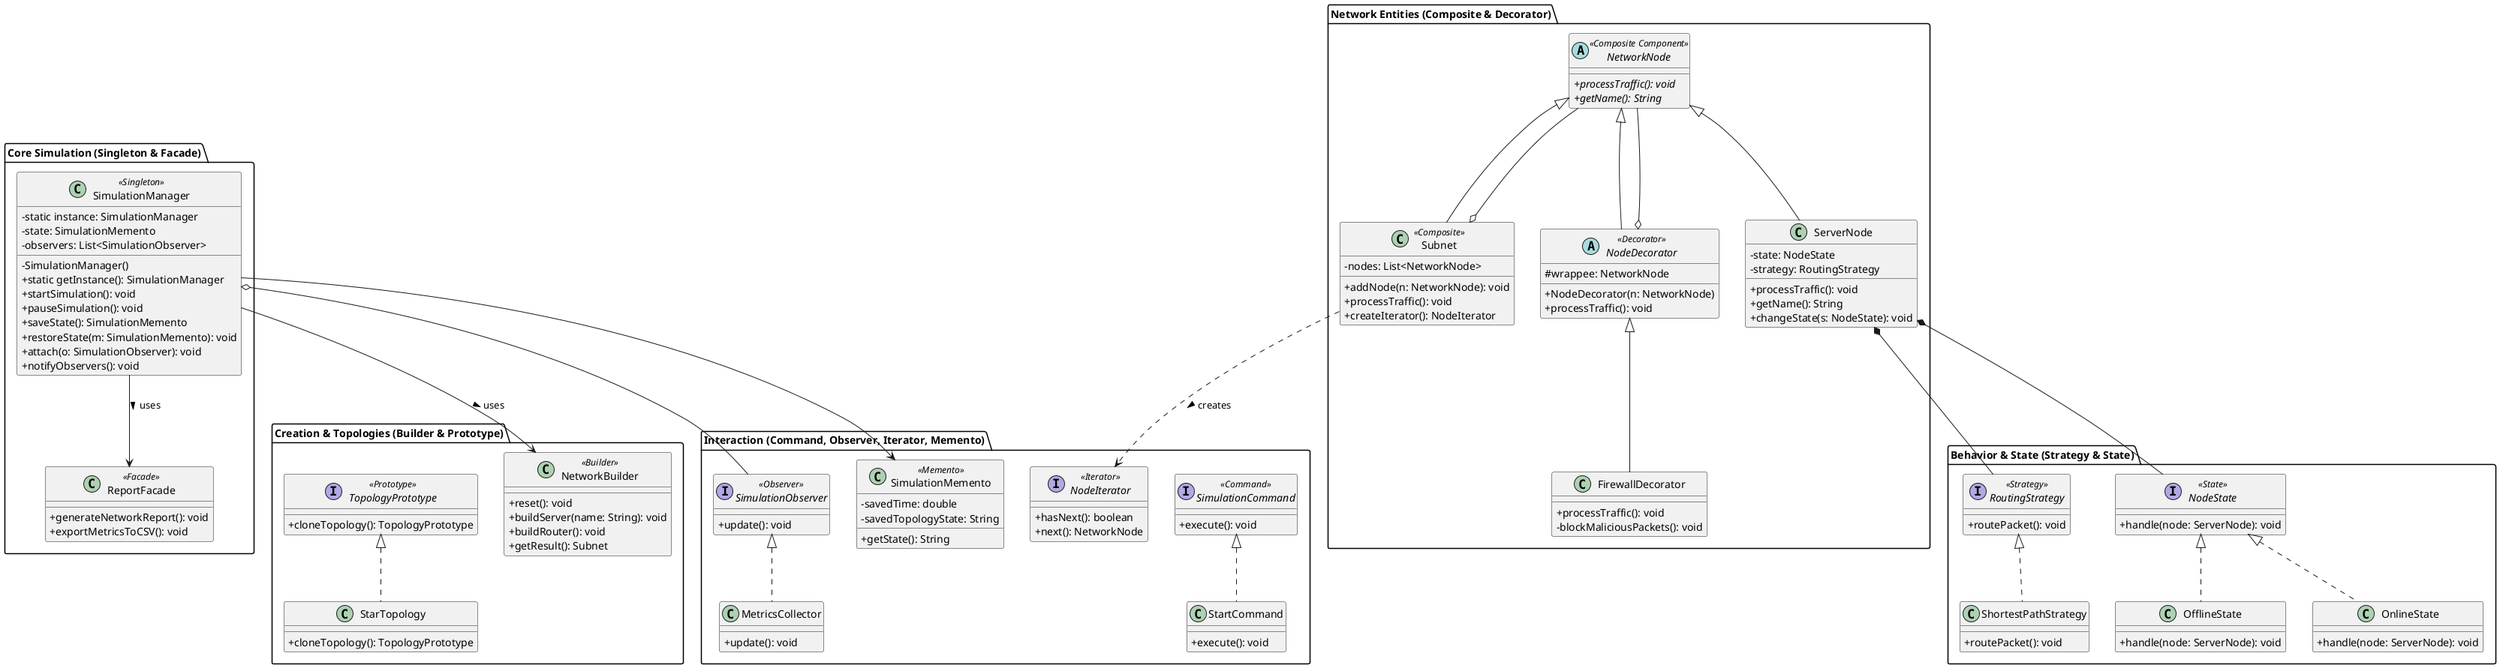
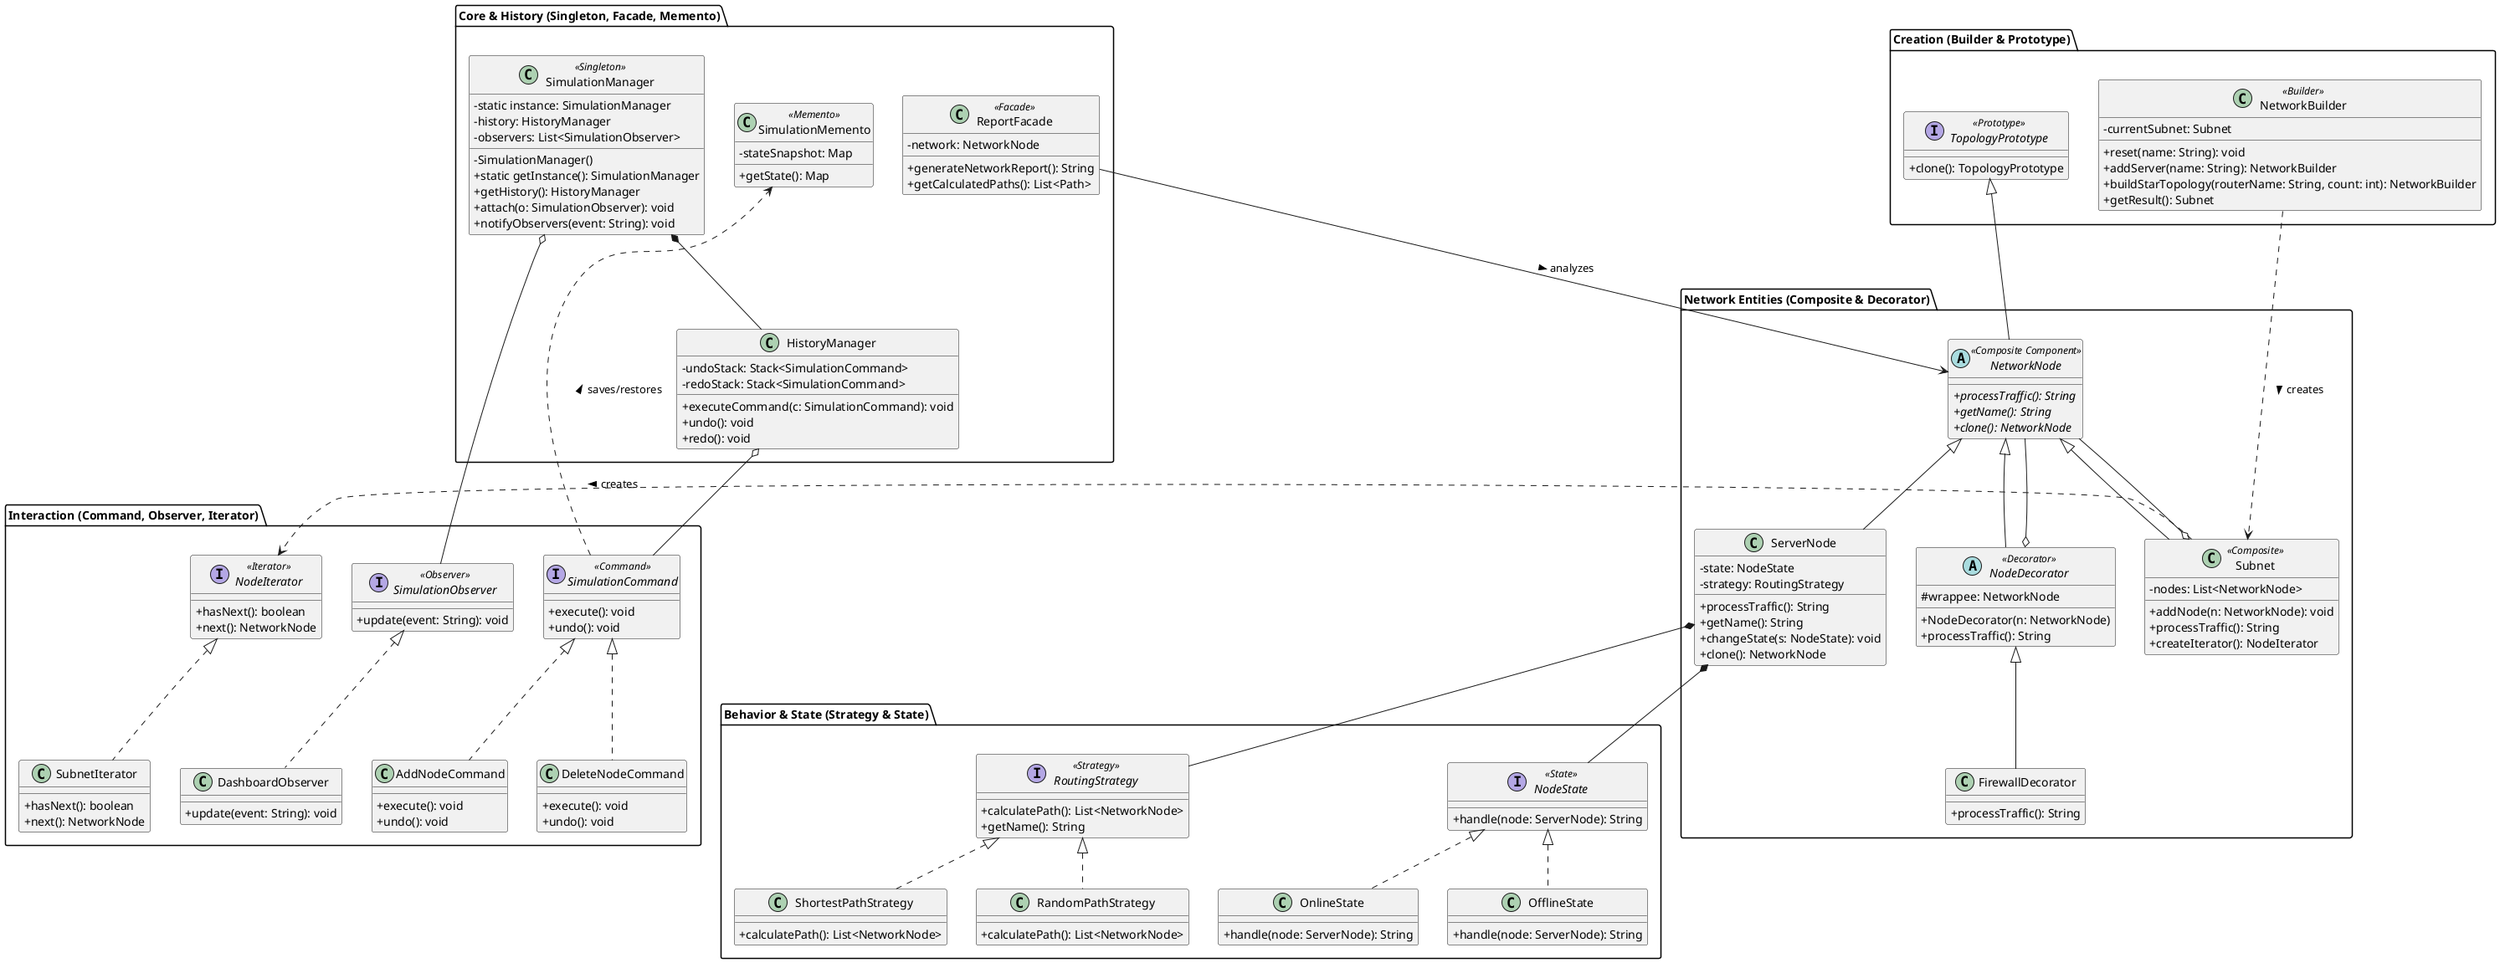
@startuml
skinparam classAttributeIconSize 0

- package "Core Simulation (Singleton & Facade)" {
+ package "Core & History (Singleton, Facade, Memento)" {
    class SimulationManager <<Singleton>> {
        - static instance: SimulationManager
-         - state: SimulationMemento
+         - history: HistoryManager
        - observers: List<SimulationObserver>
        - SimulationManager()
        + static getInstance(): SimulationManager
-         + startSimulation(): void
-         + pauseSimulation(): void
-         + saveState(): SimulationMemento
-         + restoreState(m: SimulationMemento): void
+         + getHistory(): HistoryManager
        + attach(o: SimulationObserver): void
-         + notifyObservers(): void
+         + notifyObservers(event: String): void
    }

    class ReportFacade <<Facade>> {
-         + generateNetworkReport(): void
-         + exportMetricsToCSV(): void
+         - network: NetworkNode
+         + generateNetworkReport(): String
+         + getCalculatedPaths(): List<Path>
+     }
+ 
+     class HistoryManager {
+         - undoStack: Stack<SimulationCommand>
+         - redoStack: Stack<SimulationCommand>
+         + executeCommand(c: SimulationCommand): void
+         + undo(): void
+         + redo(): void
+     }
+ 
+     class SimulationMemento <<Memento>> {
+         - stateSnapshot: Map
+         + getState(): Map
    }
}

package "Network Entities (Composite & Decorator)" {
    abstract class NetworkNode <<Composite Component>> {
-         + {abstract} processTraffic(): void
+         + {abstract} processTraffic(): String
        + {abstract} getName(): String
+         + {abstract} clone(): NetworkNode
    }

    class ServerNode {
        - state: NodeState
        - strategy: RoutingStrategy
-         + processTraffic(): void
+         + processTraffic(): String
        + getName(): String
        + changeState(s: NodeState): void
+         + clone(): NetworkNode
    }

    class Subnet <<Composite>> {
        - nodes: List<NetworkNode>
        + addNode(n: NetworkNode): void
-         + processTraffic(): void
+         + processTraffic(): String
        + createIterator(): NodeIterator
    }

    abstract class NodeDecorator <<Decorator>> {
        # wrappee: NetworkNode
        + NodeDecorator(n: NetworkNode)
-         + processTraffic(): void
+         + processTraffic(): String
    }

    class FirewallDecorator {
-         + processTraffic(): void
-         - blockMaliciousPackets(): void
+         + processTraffic(): String
    }
}

package "Behavior & State (Strategy & State)" {
    interface RoutingStrategy <<Strategy>> {
-         + routePacket(): void
+         + calculatePath(): List<NetworkNode>
+         + getName(): String
    }
    class ShortestPathStrategy {
-         + routePacket(): void
+         + calculatePath(): List<NetworkNode>
+     }
+     class RandomPathStrategy {
+         + calculatePath(): List<NetworkNode>
    }

    interface NodeState <<State>> {
-         + handle(node: ServerNode): void
+         + handle(node: ServerNode): String
    }
    class OnlineState {
-         + handle(node: ServerNode): void
+         + handle(node: ServerNode): String
    }
    class OfflineState {
-         + handle(node: ServerNode): void
+         + handle(node: ServerNode): String
    }
}

- package "Creation & Topologies (Builder & Prototype)" {
+ package "Creation (Builder & Prototype)" {
    class NetworkBuilder <<Builder>> {
-         + reset(): void
-         + buildServer(name: String): void
-         + buildRouter(): void
+         - currentSubnet: Subnet
+         + reset(name: String): void
+         + addServer(name: String): NetworkBuilder
+         + buildStarTopology(routerName: String, count: int): NetworkBuilder
        + getResult(): Subnet
    }

    interface TopologyPrototype <<Prototype>> {
-         + cloneTopology(): TopologyPrototype
-     }
-     class StarTopology {
-         + cloneTopology(): TopologyPrototype
+         + clone(): TopologyPrototype
    }
}

- package "Interaction (Command, Observer, Iterator, Memento)" {
+ package "Interaction (Command, Observer, Iterator)" {
    interface SimulationCommand <<Command>> {
        + execute(): void
+         + undo(): void
    }
-     class StartCommand {
+     class AddNodeCommand {
        + execute(): void
+         + undo(): void
+     }
+     class DeleteNodeCommand {
+         + execute(): void
+         + undo(): void
    }

    interface SimulationObserver <<Observer>> {
-         + update(): void
+         + update(event: String): void
    }
-     class MetricsCollector {
-         + update(): void
+     class DashboardObserver {
+         + update(event: String): void
    }

    interface NodeIterator <<Iterator>> {
        + hasNext(): boolean
        + next(): NetworkNode
    }
- 
-     class SimulationMemento <<Memento>> {
-         - savedTime: double
-         - savedTopologyState: String
-         + getState(): String
+     class SubnetIterator {
+         + hasNext(): boolean
+         + next(): NetworkNode
    }
}

' Зв'язки між класами
+ TopologyPrototype <|-- NetworkNode
NetworkNode <|-- ServerNode
NetworkNode <|-- Subnet
Subnet o-- NetworkNode
NetworkNode <|-- NodeDecorator
NodeDecorator o-- NetworkNode
NodeDecorator <|-- FirewallDecorator

ServerNode *-- RoutingStrategy
ServerNode *-- NodeState
RoutingStrategy <|.. ShortestPathStrategy
+ RoutingStrategy <|.. RandomPathStrategy
NodeState <|.. OnlineState
NodeState <|.. OfflineState

- SimulationManager --> SimulationMemento
SimulationManager o-- SimulationObserver
- SimulationObserver <|.. MetricsCollector
+ SimulationManager *-- HistoryManager
+ HistoryManager o-- SimulationCommand
+ SimulationObserver <|.. DashboardObserver
+ SimulationCommand <|.. AddNodeCommand
+ SimulationCommand <|.. DeleteNodeCommand
+ SimulationCommand ..> SimulationMemento : saves/restores >

- SimulationCommand <|.. StartCommand
- TopologyPrototype <|.. StarTopology
Subnet ..> NodeIterator : creates >
- SimulationManager --> NetworkBuilder : uses >
- SimulationManager --> ReportFacade : uses >
+ NodeIterator <|.. SubnetIterator
+ NetworkBuilder ..> Subnet : creates >
+ ReportFacade --> NetworkNode : analyzes >

@enduml
